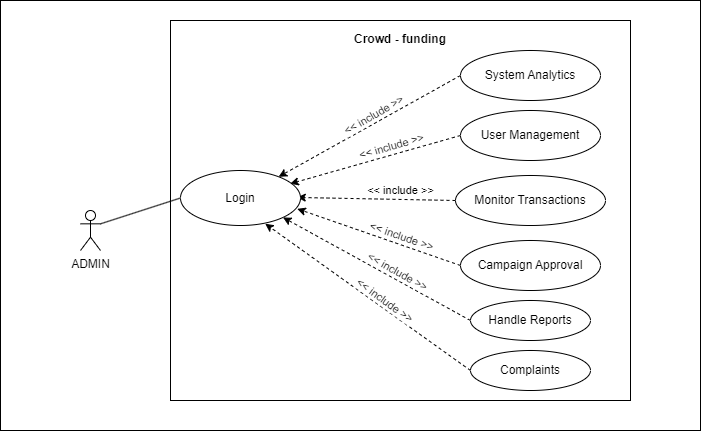
Above: USER.drawio.png in nhathao19/Crowdfunding-platform (draw.io), before the change. Source tidied: cells renumbered, new cells last; positions are measured from the earlier drawing's top-left corner, leaving out a move shared by most shapes.
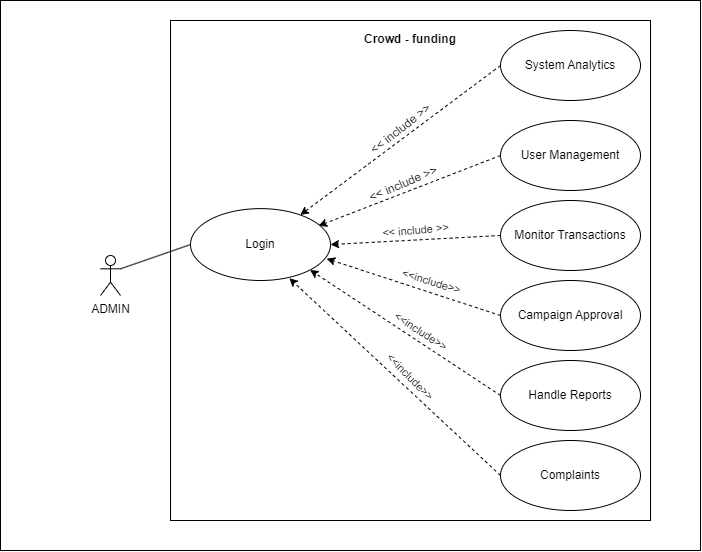
After the change.

Diff of the diagram source:
```diff
@@ -2,82 +2,82 @@
   <root>
     <mxCell id="0" />
     <mxCell id="1" parent="0" />
-    <mxCell id="2" style="rounded=0;whiteSpace=wrap;html=1;rotation=0;gradientColor=none;strokeWidth=1;perimeterSpacing=0;align=center;horizontal=1;verticalAlign=top;fontSize=12;spacing=-10;" parent="1" vertex="1">
-      <mxGeometry width="700" height="430" as="geometry" />
+    <mxCell id="2" style="rounded=0;whiteSpace=wrap;html=1;rotation=0;strokeWidth=1;perimeterSpacing=0;align=center;horizontal=1;verticalAlign=top;fontSize=12;spacing=-10;labelBackgroundColor=none;" parent="1" vertex="1">
+      <mxGeometry y="-20" width="700" height="550" as="geometry" />
     </mxCell>
-    <mxCell id="3" value="&lt;h4 style=&quot;line-height: 12px;&quot;&gt;&lt;font style=&quot;font-size: 12px;&quot;&gt;Crowd - funding&lt;/font&gt;&lt;/h4&gt;" style="rounded=0;whiteSpace=wrap;html=1;verticalAlign=top;horizontal=1;spacing=-8;" parent="1" vertex="1">
-      <mxGeometry x="170" y="20" width="460" height="380" as="geometry" />
+    <mxCell id="3" value="&lt;h4 style=&quot;line-height: 12px;&quot;&gt;&lt;font style=&quot;font-size: 12px;&quot;&gt;Crowd - funding&lt;/font&gt;&lt;/h4&gt;" style="rounded=0;whiteSpace=wrap;html=1;verticalAlign=top;horizontal=1;spacing=-8;labelBackgroundColor=none;" parent="1" vertex="1">
+      <mxGeometry x="170" width="480" height="500" as="geometry" />
     </mxCell>
-    <mxCell id="4" value="Monitor Transactions" style="ellipse;whiteSpace=wrap;html=1;" parent="1" vertex="1">
-      <mxGeometry x="455" y="175" width="150" height="50" as="geometry" />
+    <mxCell id="4" value="Monitor Transactions" style="ellipse;whiteSpace=wrap;html=1;labelBackgroundColor=none;" parent="1" vertex="1">
+      <mxGeometry x="500" y="180" width="140" height="70" as="geometry" />
     </mxCell>
-    <mxCell id="5" style="endArrow=classic;html=1;rounded=0;exitX=0;exitY=0.5;exitDx=0;exitDy=0;dashed=1;" parent="1" edge="1" source="18" target="19">
+    <mxCell id="5" style="endArrow=classic;html=1;rounded=0;exitX=0;exitY=0.5;exitDx=0;exitDy=0;dashed=1;labelBackgroundColor=none;fontColor=default;" parent="1" edge="1" source="18" target="19">
       <mxGeometry relative="1" as="geometry" />
     </mxCell>
-    <mxCell id="6" value="&amp;lt;&amp;lt; include &amp;gt;&amp;gt;" style="edgeLabel;html=1;align=center;verticalAlign=middle;rotation=-30;" parent="5" vertex="1">
-      <mxGeometry x="-0.05" y="-1" relative="1" as="geometry">
-        <mxPoint y="-8" as="offset" />
-      </mxGeometry>
+    <mxCell id="6" value="&amp;lt;&amp;lt; include &amp;gt;&amp;gt;" style="edgeLabel;html=1;align=center;verticalAlign=bottom;rotation=322;fontSize=12;labelBackgroundColor=none;" parent="5" vertex="1">
+      <mxGeometry x="-0.05" relative="1" as="geometry" />
     </mxCell>
-    <mxCell id="7" style="endArrow=none;html=1;rounded=0;exitX=1;exitY=0.3333333333333333;exitDx=0;exitDy=0;exitPerimeter=0;entryX=0;entryY=0.5;entryDx=0;entryDy=0;" parent="1" edge="1" source="13" target="19">
+    <mxCell id="7" style="endArrow=none;html=1;rounded=0;exitX=1;exitY=0.3333333333333333;exitDx=0;exitDy=0;exitPerimeter=0;entryX=0;entryY=0.5;entryDx=0;entryDy=0;labelBackgroundColor=none;fontColor=default;" parent="1" edge="1" source="13" target="19">
       <mxGeometry relative="1" as="geometry" />
     </mxCell>
-    <mxCell id="8" style="endArrow=classic;html=1;rounded=0;exitX=0;exitY=0.5;exitDx=0;exitDy=0;dashed=1;entryX=0.915;entryY=0.24;entryDx=0;entryDy=0;entryPerimeter=0;" parent="1" edge="1" source="15" target="19">
+    <mxCell id="8" style="endArrow=classic;html=1;rounded=0;exitX=0;exitY=0.5;exitDx=0;exitDy=0;dashed=1;entryX=0.915;entryY=0.24;entryDx=0;entryDy=0;entryPerimeter=0;verticalAlign=bottom;labelBackgroundColor=none;fontColor=default;" parent="1" edge="1" source="15" target="19">
       <mxGeometry relative="1" as="geometry" />
     </mxCell>
+    <mxCell id="25" value="&amp;lt;&amp;lt; include &amp;gt;&amp;gt;" style="edgeLabel;html=1;align=center;verticalAlign=bottom;labelBackgroundColor=none;fontSize=12;rotation=337;" parent="8" vertex="1">
+      <mxGeometry x="0.03" relative="1" as="geometry" />
+    </mxCell>
-    <mxCell id="9" style="endArrow=classic;html=1;rounded=0;dashed=1;exitX=0;exitY=0.5;exitDx=0;exitDy=0;entryX=0.973;entryY=0.49;entryDx=0;entryDy=0;entryPerimeter=0;" parent="1" edge="1" source="4" target="19">
+    <mxCell id="9" style="endArrow=classic;html=1;rounded=0;dashed=1;exitX=0;exitY=0.5;exitDx=0;exitDy=0;entryX=1;entryY=0.5;entryDx=0;entryDy=0;verticalAlign=bottom;fontSize=10;labelBackgroundColor=none;fontColor=default;" parent="1" edge="1" source="4" target="19">
       <mxGeometry relative="1" as="geometry" />
     </mxCell>
+    <mxCell id="26" value="&amp;lt;&amp;lt; include &amp;gt;&amp;gt;" style="edgeLabel;html=1;align=center;verticalAlign=middle;rotation=-5;labelBackgroundColor=none;" parent="9" vertex="1">
+      <mxGeometry y="-1" relative="1" as="geometry">
+        <mxPoint y="-9" as="offset" />
+      </mxGeometry>
+    </mxCell>
-    <mxCell id="10" style="endArrow=classic;html=1;rounded=0;dashed=1;exitX=0;exitY=0.5;exitDx=0;exitDy=0;entryX=0.973;entryY=0.697;entryDx=0;entryDy=0;entryPerimeter=0;" parent="1" edge="1" source="14" target="19">
+    <mxCell id="10" style="endArrow=classic;html=1;rounded=0;dashed=1;exitX=0;exitY=0.5;exitDx=0;exitDy=0;entryX=0.973;entryY=0.697;entryDx=0;entryDy=0;entryPerimeter=0;labelBackgroundColor=none;fontColor=default;verticalAlign=bottom;fontSize=12;spacing=0;strokeWidth=1;endSize=6;" parent="1" edge="1" source="14" target="19">
       <mxGeometry relative="1" as="geometry" />
     </mxCell>
+    <mxCell id="27" value="&amp;lt;&amp;lt;include&amp;gt;&amp;gt;" style="edgeLabel;html=1;align=center;verticalAlign=middle;rounded=1;rotation=17;" parent="10" vertex="1">
+      <mxGeometry y="2" relative="1" as="geometry">
+        <mxPoint x="18" y="-8" as="offset" />
+      </mxGeometry>
+    </mxCell>
-    <mxCell id="11" style="endArrow=classic;html=1;rounded=0;dashed=1;exitX=0;exitY=0.5;exitDx=0;exitDy=0;entryX=1;entryY=1;entryDx=0;entryDy=0;" parent="1" edge="1" source="16" target="19">
+    <mxCell id="11" style="endArrow=classic;html=1;rounded=0;dashed=1;exitX=0;exitY=0.5;exitDx=0;exitDy=0;entryX=1;entryY=1;entryDx=0;entryDy=0;labelBackgroundColor=none;fontColor=default;verticalAlign=bottom;fontSize=12;" parent="1" edge="1" source="16" target="19">
       <mxGeometry relative="1" as="geometry" />
     </mxCell>
+    <mxCell id="28" value="&amp;lt;&amp;lt;include&amp;gt;&amp;gt;" style="edgeLabel;html=1;align=center;verticalAlign=middle;rounded=1;rotation=33;" parent="11" vertex="1">
+      <mxGeometry x="0.01" y="2" relative="1" as="geometry">
+        <mxPoint x="18" y="-2" as="offset" />
+      </mxGeometry>
+    </mxCell>
-    <mxCell id="12" style="endArrow=classic;html=1;rounded=0;dashed=1;exitX=0;exitY=0.5;exitDx=0;exitDy=0;entryX=0.706;entryY=0.968;entryDx=0;entryDy=0;entryPerimeter=0;" parent="1" edge="1" source="17" target="19">
+    <mxCell id="12" style="endArrow=classic;html=1;rounded=0;dashed=1;exitX=0;exitY=0.5;exitDx=0;exitDy=0;entryX=0.706;entryY=0.968;entryDx=0;entryDy=0;entryPerimeter=0;labelBackgroundColor=none;fontColor=default;verticalAlign=bottom;fontSize=12;" parent="1" edge="1" source="17" target="19">
       <mxGeometry relative="1" as="geometry" />
     </mxCell>
+    <mxCell id="29" value="&amp;lt;&amp;lt;include&amp;gt;&amp;gt;" style="edgeLabel;html=1;align=center;verticalAlign=middle;rounded=1;rotation=45;" parent="12" vertex="1">
+      <mxGeometry x="0.02" y="1" relative="1" as="geometry">
+        <mxPoint x="18" as="offset" />
+      </mxGeometry>
+    </mxCell>
-    <mxCell id="13" value="ADMIN" style="shape=umlActor;verticalLabelPosition=bottom;verticalAlign=top;html=1;outlineConnect=0;" parent="1" vertex="1">
-      <mxGeometry x="80" y="210" width="20" height="40" as="geometry" />
+    <mxCell id="13" value="ADMIN" style="shape=umlActor;verticalLabelPosition=bottom;verticalAlign=top;html=1;outlineConnect=0;labelBackgroundColor=none;" parent="1" vertex="1">
+      <mxGeometry x="100" y="235" width="20" height="40" as="geometry" />
     </mxCell>
-    <mxCell id="14" value="Campaign Approval" style="ellipse;whiteSpace=wrap;html=1;" parent="1" vertex="1">
-      <mxGeometry x="460" y="240" width="140" height="50" as="geometry" />
+    <mxCell id="14" value="Campaign Approval" style="ellipse;whiteSpace=wrap;html=1;labelBackgroundColor=none;" parent="1" vertex="1">
+      <mxGeometry x="500" y="260" width="140" height="70" as="geometry" />
     </mxCell>
-    <mxCell id="15" value="&lt;font style=&quot;font-size: 12px;&quot;&gt;User Management&lt;/font&gt;" style="ellipse;whiteSpace=wrap;html=1;" parent="1" vertex="1">
-      <mxGeometry x="460" y="110" width="140" height="50" as="geometry" />
+    <mxCell id="15" value="&lt;font style=&quot;font-size: 12px;&quot;&gt;User Management&lt;/font&gt;" style="ellipse;whiteSpace=wrap;html=1;labelBackgroundColor=none;" parent="1" vertex="1">
+      <mxGeometry x="500" y="100" width="140" height="70" as="geometry" />
     </mxCell>
-    <mxCell id="16" value="Handle Reports" style="ellipse;whiteSpace=wrap;html=1;" parent="1" vertex="1">
-      <mxGeometry x="470" y="300" width="120" height="40" as="geometry" />
+    <mxCell id="16" value="Handle Reports" style="ellipse;whiteSpace=wrap;html=1;labelBackgroundColor=none;" parent="1" vertex="1">
+      <mxGeometry x="500" y="340" width="140" height="70" as="geometry" />
     </mxCell>
-    <mxCell id="17" value="Complaints" style="ellipse;whiteSpace=wrap;html=1;" parent="1" vertex="1">
-      <mxGeometry x="470" y="350" width="120" height="40" as="geometry" />
+    <mxCell id="17" value="Complaints" style="ellipse;whiteSpace=wrap;html=1;labelBackgroundColor=none;" parent="1" vertex="1">
+      <mxGeometry x="500" y="420" width="140" height="70" as="geometry" />
     </mxCell>
-    <mxCell id="18" value="&lt;font style=&quot;font-size: 12px;&quot;&gt;System Analytics&lt;/font&gt;" style="ellipse;whiteSpace=wrap;html=1;" parent="1" vertex="1">
-      <mxGeometry x="460" y="50" width="140" height="50" as="geometry" />
+    <mxCell id="18" value="&lt;font style=&quot;font-size: 12px;&quot;&gt;System Analytics&lt;/font&gt;" style="ellipse;whiteSpace=wrap;html=1;labelBackgroundColor=none;" parent="1" vertex="1">
+      <mxGeometry x="500" y="10" width="140" height="70" as="geometry" />
     </mxCell>
-    <mxCell id="19" value="Login" style="ellipse;whiteSpace=wrap;html=1;" parent="1" vertex="1">
-      <mxGeometry x="180" y="170" width="120" height="55" as="geometry" />
+    <mxCell id="19" value="Login" style="ellipse;whiteSpace=wrap;html=1;labelBackgroundColor=none;" parent="1" vertex="1">
+      <mxGeometry x="190" y="188.1" width="140" height="71.9" as="geometry" />
     </mxCell>
-    <mxCell id="20" value="&amp;lt;&amp;lt; include &amp;gt;&amp;gt;" style="edgeLabel;html=1;align=center;verticalAlign=middle;rotation=344;" parent="1" vertex="1">
-      <mxGeometry x="390" y="145" as="geometry">
-        <mxPoint x="0.6" y="1.3" as="offset" />
-      </mxGeometry>
-    </mxCell>
-    <mxCell id="21" value="&amp;lt;&amp;lt; include &amp;gt;&amp;gt;" style="edgeLabel;html=1;align=center;verticalAlign=middle;rotation=0;" parent="1" vertex="1">
-      <mxGeometry x="400" y="190" as="geometry" />
-    </mxCell>
-    <mxCell id="22" value="&amp;lt;&amp;lt; include &amp;gt;&amp;gt;" style="edgeLabel;html=1;align=center;verticalAlign=middle;rotation=19;" parent="1" vertex="1">
-      <mxGeometry x="401" y="236" as="geometry" />
-    </mxCell>
-    <mxCell id="23" value="&amp;lt;&amp;lt; include &amp;gt;&amp;gt;" style="edgeLabel;html=1;align=center;verticalAlign=middle;rotation=29;" parent="1" vertex="1">
-      <mxGeometry x="419" y="259" as="geometry">
-        <mxPoint x="-14" y="21.3" as="offset" />
-      </mxGeometry>
-    </mxCell>
-    <mxCell id="24" value="&amp;lt;&amp;lt; include &amp;gt;&amp;gt;" style="edgeLabel;html=1;align=center;verticalAlign=middle;rotation=36;" parent="1" vertex="1">
-      <mxGeometry x="408" y="291" as="geometry">
-        <mxPoint x="-14" y="21.3" as="offset" />
-      </mxGeometry>
-    </mxCell>
   </root>
 </mxGraphModel>
```
